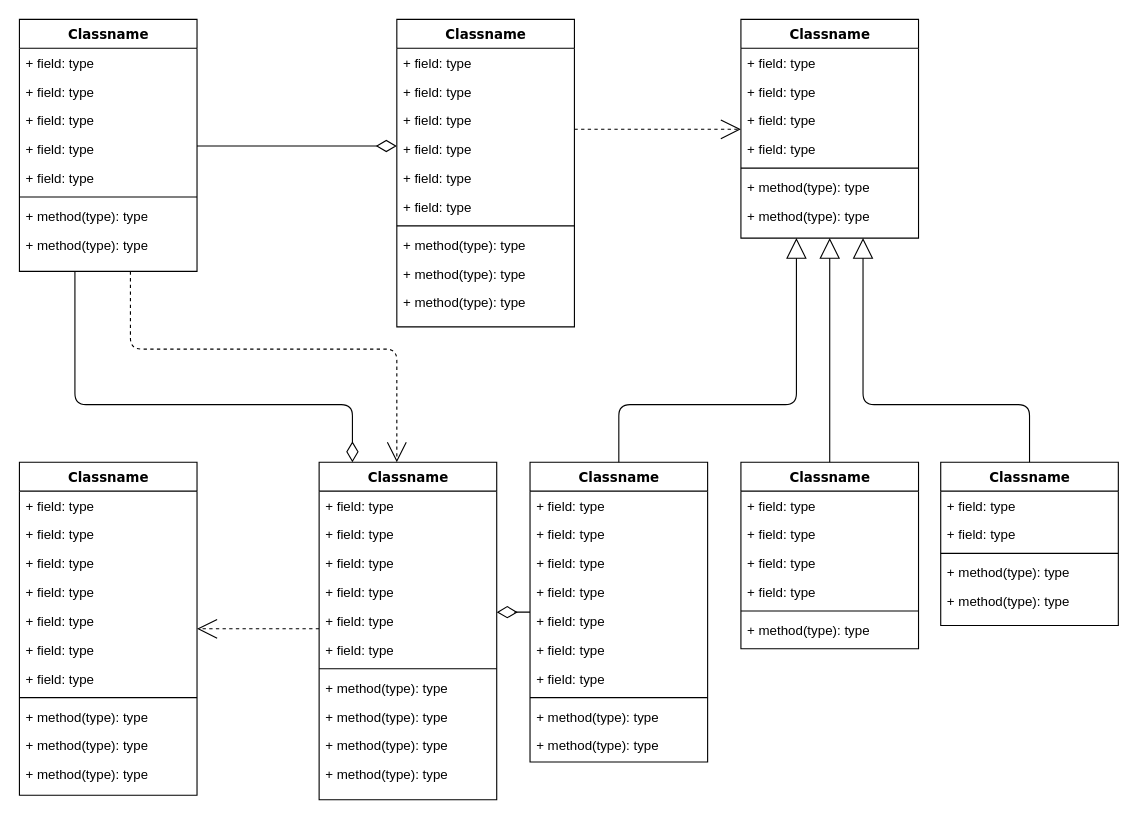
This is Untitled Diagram.drawio from dninov/ang-ngrx, a draw.io file, before an edit. Source tidied: cells renumbered, new cells numbered last; positions are measured from the earlier drawing's top-left corner, leaving out a move shared by most shapes. Both pictures are drawn from the tidied source at 111%, with x=0, y=0 at pixel (19, 19).
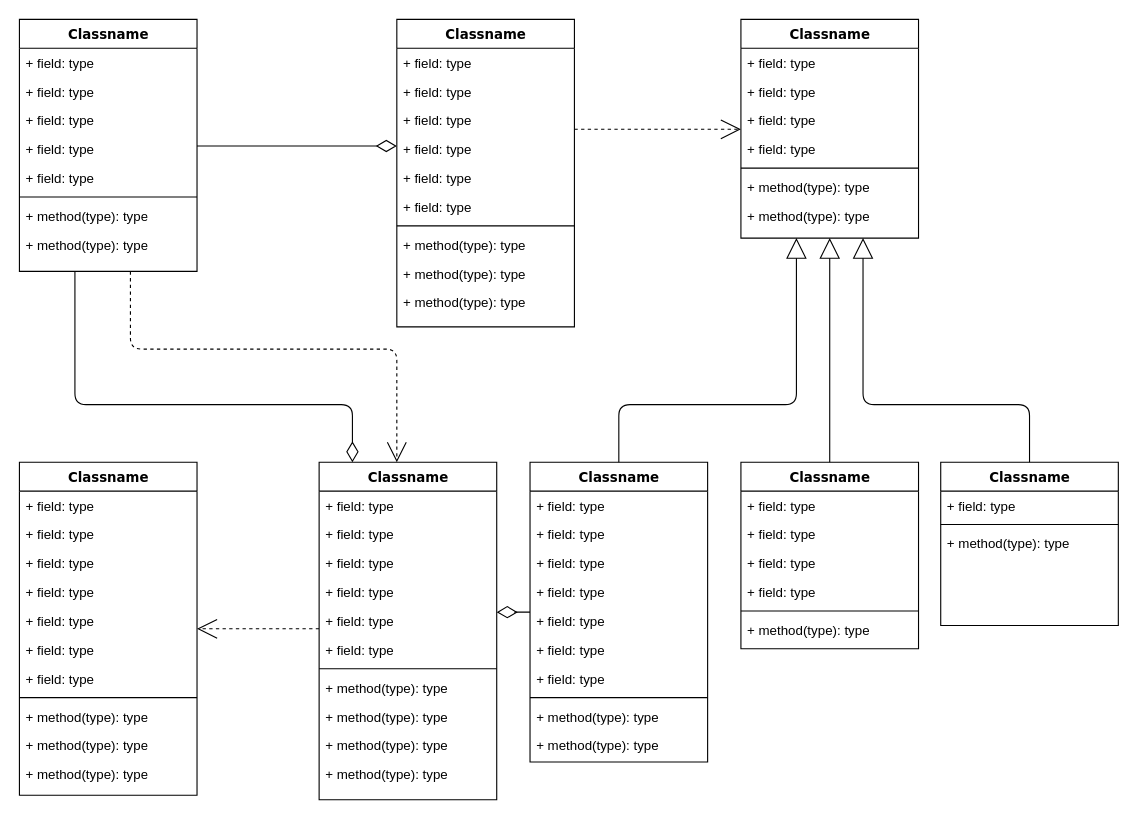
The same page after the edit.

The change refers to these unchanged cells:
```xml
<mxCell id="80" value="Classname" style="swimlane;html=1;fontStyle=1;align=center;verticalAlign=top;horizontal=1;startSize=26;swimlaneFillColor=#ffffff;rounded=0;shadow=0;comic=0;labelBackgroundColor=none;strokeWidth=1;fillColor=none;fontFamily=Verdana;fontSize=12;" parent="1" vertex="1">
  <mxGeometry x="830" y="399" width="160" height="147" as="geometry" />
</mxCell>
```

What changed in the source:
```diff
@@
-    <mxCell id="81" value="+ field: type" style="text;html=1;strokeColor=none;fillColor=none;align=left;verticalAlign=top;spacingLeft=4;spacingRight=4;whiteSpace=wrap;overflow=hidden;" parent="80" vertex="1">
-      <mxGeometry y="26" width="160" height="26" as="geometry" />
-    </mxCell>
     <mxCell id="82" value="+ field: type" style="text;html=1;strokeColor=none;fillColor=none;align=left;verticalAlign=top;spacingLeft=4;spacingRight=4;whiteSpace=wrap;overflow=hidden;" parent="80" vertex="1">
-      <mxGeometry y="52" width="160" height="26" as="geometry" />
+      <mxGeometry y="26" width="160" height="26" as="geometry" />
     </mxCell>
     <mxCell id="83" style="line;html=1;strokeWidth=1;fillColor=none;align=left;verticalAlign=middle;spacingTop=-1;spacingLeft=3;spacingRight=3;labelPosition=right;" parent="80" vertex="1">
-      <mxGeometry y="78" width="160" height="8" as="geometry" />
+      <mxGeometry y="52" width="160" height="8" as="geometry" />
     </mxCell>
-    <mxCell id="84" value="+ method(type): type" style="text;html=1;strokeColor=none;fillColor=none;align=left;verticalAlign=top;spacingLeft=4;spacingRight=4;whiteSpace=wrap;overflow=hidden;" parent="80" vertex="1">
-      <mxGeometry y="86" width="160" height="26" as="geometry" />
-    </mxCell>
     <mxCell id="85" value="+ method(type): type" style="text;html=1;strokeColor=none;fillColor=none;align=left;verticalAlign=top;spacingLeft=4;spacingRight=4;whiteSpace=wrap;overflow=hidden;" parent="80" vertex="1">
-      <mxGeometry y="112" width="160" height="26" as="geometry" />
+      <mxGeometry y="60" width="160" height="26" as="geometry" />
     </mxCell>
```
